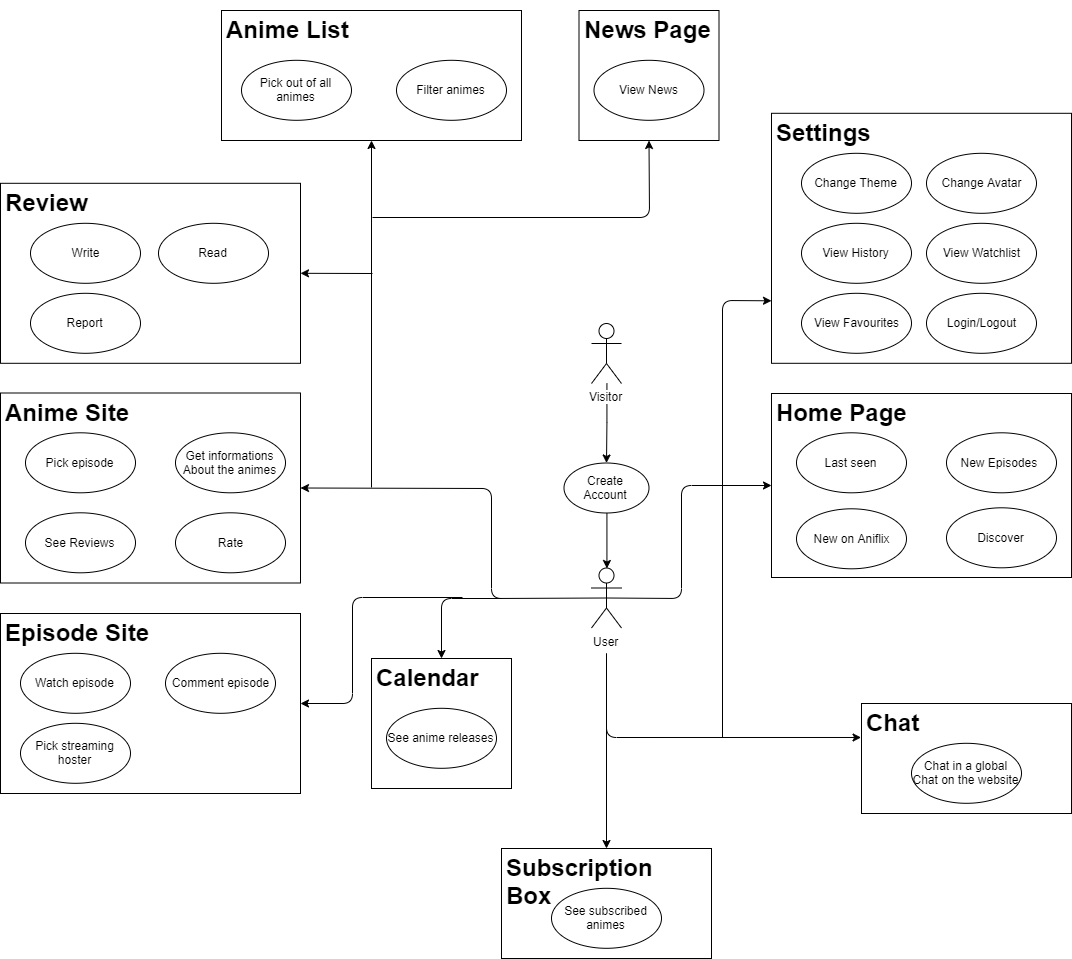
Earlier version of the draw.io export docs/UCD_1_23.png (jdk-21/Aniflix-App). Source tidied: cells renumbered, new cells last; positions are measured from the earlier drawing's top-left corner, leaving out a move shared by most shapes.
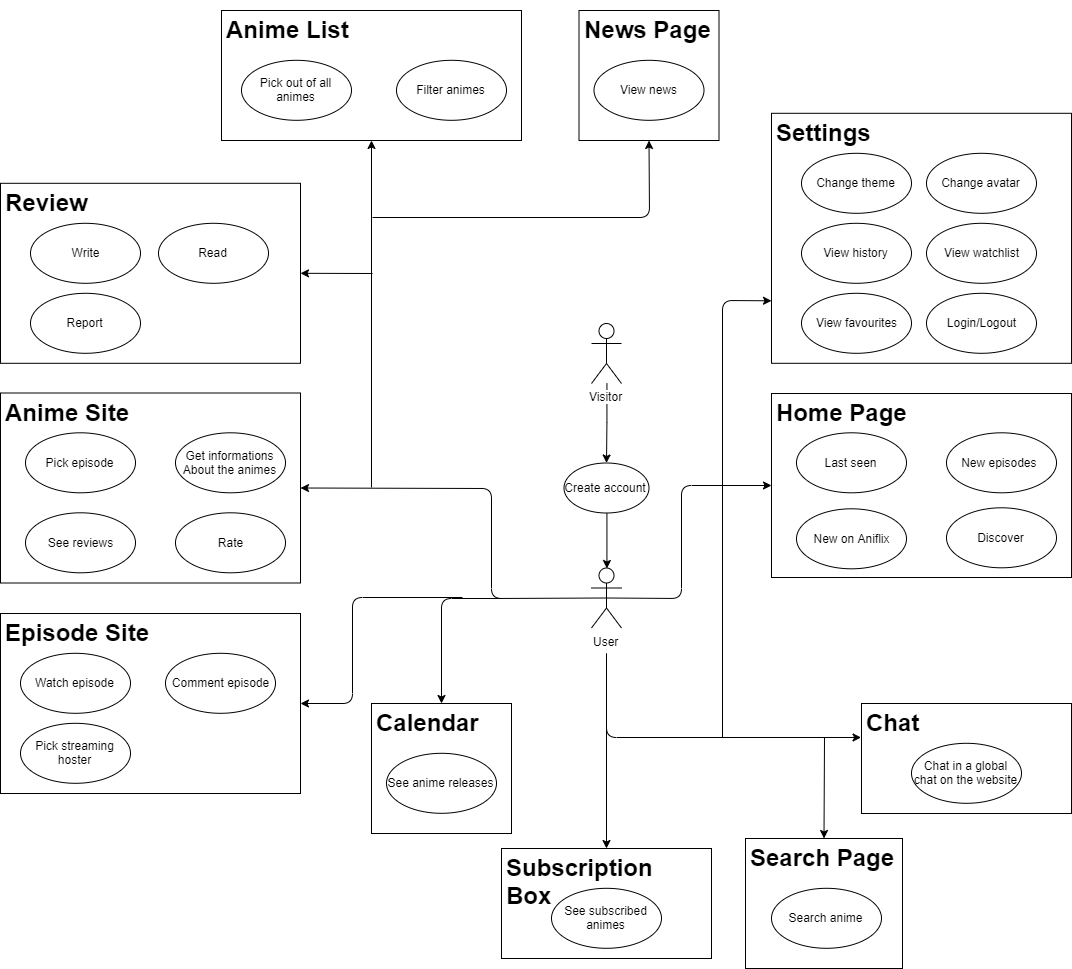
Above is the later version.

Commit message:
add Developmnt Diagram

Diff of the diagram source:
```diff
@@ -14,25 +14,25 @@
     <mxCell id="5" style="edgeStyle=orthogonalEdgeStyle;rounded=0;jettySize=auto;html=1;exitX=0.5;exitY=1;exitDx=0;exitDy=0;entryX=0.5;entryY=0;entryDx=0;entryDy=0;entryPerimeter=0;" parent="1" edge="1" source="6" target="4">
       <mxGeometry relative="1" as="geometry" />
     </mxCell>
-    <mxCell id="6" value="Create Account" style="ellipse;whiteSpace=wrap;html=1;" parent="1" vertex="1">
+    <mxCell id="6" value="Create account" style="ellipse;whiteSpace=wrap;html=1;" parent="1" vertex="1">
       <mxGeometry x="563.5" y="452.5" width="85" height="50" as="geometry" />
     </mxCell>
     <mxCell id="7" value="&lt;h1&gt;Settings&lt;/h1&gt;" style="text;html=1;strokeColor=#000000;fillColor=none;spacing=5;spacingTop=-20;whiteSpace=wrap;overflow=hidden;rounded=0;" parent="1" vertex="1">
       <mxGeometry x="771" y="102.8" width="300" height="250" as="geometry" />
     </mxCell>
-    <mxCell id="8" value="Change Theme" style="ellipse;whiteSpace=wrap;html=1;strokeColor=#000000;" parent="1" vertex="1">
+    <mxCell id="8" value="Change theme" style="ellipse;whiteSpace=wrap;html=1;strokeColor=#000000;" parent="1" vertex="1">
       <mxGeometry x="801" y="142.8" width="110" height="60" as="geometry" />
     </mxCell>
-    <mxCell id="9" value="Change Avatar" style="ellipse;whiteSpace=wrap;html=1;" parent="1" vertex="1">
+    <mxCell id="9" value="Change avatar" style="ellipse;whiteSpace=wrap;html=1;" parent="1" vertex="1">
       <mxGeometry x="926" y="142.8" width="110" height="60" as="geometry" />
     </mxCell>
-    <mxCell id="10" value="View History" style="ellipse;whiteSpace=wrap;html=1;" parent="1" vertex="1">
+    <mxCell id="10" value="View history" style="ellipse;whiteSpace=wrap;html=1;" parent="1" vertex="1">
       <mxGeometry x="801" y="212.8" width="110" height="60" as="geometry" />
     </mxCell>
-    <mxCell id="11" value="View Watchlist&lt;span style=&quot;font-family: &amp;#34;helvetica&amp;#34; , &amp;#34;arial&amp;#34; , sans-serif ; font-size: 0px ; white-space: nowrap&quot;&gt;%3CmxGraphModel%3E%3Croot%3E%3CmxCell%20id%3D%220%22%2F%3E%3CmxCell%20id%3D%221%22%20parent%3D%220%22%2F%3E%3CmxCell%20id%3D%222%22%20value%3D%22%22%20style%3D%22ellipse%3BwhiteSpace%3Dwrap%3Bhtml%3D1%3B%22%20vertex%3D%221%22%20parent%3D%221%22%3E%3CmxGeometry%20x%3D%22260%22%20y%3D%22190%22%20width%3D%22110%22%20height%3D%2260%22%20as%3D%22geometry%22%2F%3E%3C%2FmxCell%3E%3C%2Froot%3E%3C%2FmxGraphModel%3E&lt;/span&gt;" style="ellipse;whiteSpace=wrap;html=1;" parent="1" vertex="1">
+    <mxCell id="11" value="View watchlist&lt;span style=&quot;font-family: &amp;#34;helvetica&amp;#34; , &amp;#34;arial&amp;#34; , sans-serif ; font-size: 0px ; white-space: nowrap&quot;&gt;%3CmxGraphModel%3E%3Croot%3E%3CmxCell%20id%3D%220%22%2F%3E%3CmxCell%20id%3D%221%22%20parent%3D%220%22%2F%3E%3CmxCell%20id%3D%222%22%20value%3D%22%22%20style%3D%22ellipse%3BwhiteSpace%3Dwrap%3Bhtml%3D1%3B%22%20vertex%3D%221%22%20parent%3D%221%22%3E%3CmxGeometry%20x%3D%22260%22%20y%3D%22190%22%20width%3D%22110%22%20height%3D%2260%22%20as%3D%22geometry%22%2F%3E%3C%2FmxCell%3E%3C%2Froot%3E%3C%2FmxGraphModel%3E&lt;/span&gt;" style="ellipse;whiteSpace=wrap;html=1;" parent="1" vertex="1">
       <mxGeometry x="926" y="212.8" width="110" height="60" as="geometry" />
     </mxCell>
-    <mxCell id="12" value="View Favourites" style="ellipse;whiteSpace=wrap;html=1;" parent="1" vertex="1">
+    <mxCell id="12" value="View favourites" style="ellipse;whiteSpace=wrap;html=1;" parent="1" vertex="1">
       <mxGeometry x="801" y="282.8" width="110" height="60" as="geometry" />
     </mxCell>
     <mxCell id="13" value="Login/Logout" style="ellipse;whiteSpace=wrap;html=1;" parent="1" vertex="1">
@@ -41,7 +41,7 @@
     <mxCell id="14" value="&lt;h1&gt;Home Page&lt;/h1&gt;" style="text;html=1;strokeColor=#000000;fillColor=none;spacing=5;spacingTop=-20;whiteSpace=wrap;overflow=hidden;rounded=0;" parent="1" vertex="1">
       <mxGeometry x="771" y="383" width="300" height="184" as="geometry" />
     </mxCell>
-    <mxCell id="15" value="New Episodes&amp;nbsp;" style="ellipse;whiteSpace=wrap;html=1;strokeColor=#000000;" parent="1" vertex="1">
+    <mxCell id="15" value="New episodes&amp;nbsp;" style="ellipse;whiteSpace=wrap;html=1;strokeColor=#000000;" parent="1" vertex="1">
       <mxGeometry x="946" y="422.3" width="110" height="60" as="geometry" />
     </mxCell>
     <mxCell id="16" value="Last seen" style="ellipse;whiteSpace=wrap;html=1;strokeColor=#000000;" parent="1" vertex="1">
@@ -62,7 +62,7 @@
     <mxCell id="21" value="Pick episode" style="ellipse;whiteSpace=wrap;html=1;strokeColor=#000000;" parent="1" vertex="1">
       <mxGeometry x="25" y="422.3" width="110" height="60" as="geometry" />
     </mxCell>
-    <mxCell id="22" value="See Reviews" style="ellipse;whiteSpace=wrap;html=1;strokeColor=#000000;" parent="1" vertex="1">
+    <mxCell id="22" value="See reviews" style="ellipse;whiteSpace=wrap;html=1;strokeColor=#000000;" parent="1" vertex="1">
       <mxGeometry x="25" y="502.3" width="110" height="60" as="geometry" />
     </mxCell>
     <mxCell id="23" value="&lt;h1&gt;Review&lt;/h1&gt;" style="text;html=1;strokeColor=#000000;fillColor=none;spacing=5;spacingTop=-20;whiteSpace=wrap;overflow=hidden;rounded=0;" parent="1" vertex="1">
@@ -87,10 +87,10 @@
       <mxGeometry x="241" y="49.8" width="110" height="60" as="geometry" />
     </mxCell>
     <mxCell id="30" value="&lt;h1&gt;Calendar&lt;/h1&gt;" style="text;html=1;strokeColor=#000000;fillColor=none;spacing=5;spacingTop=-20;whiteSpace=wrap;overflow=hidden;rounded=0;" parent="1" vertex="1">
-      <mxGeometry x="371" y="648" width="140" height="130" as="geometry" />
+      <mxGeometry x="371" y="693" width="140" height="130" as="geometry" />
     </mxCell>
     <mxCell id="31" value="See anime releases" style="ellipse;whiteSpace=wrap;html=1;strokeColor=#000000;" parent="1" vertex="1">
-      <mxGeometry x="386" y="697.8" width="110" height="60" as="geometry" />
+      <mxGeometry x="386" y="742.8" width="110" height="60" as="geometry" />
     </mxCell>
     <mxCell id="32" value="&lt;h1&gt;Episode Site&lt;/h1&gt;" style="text;html=1;strokeColor=#000000;fillColor=none;spacing=5;spacingTop=-20;whiteSpace=wrap;overflow=hidden;rounded=0;" parent="1" vertex="1">
       <mxGeometry y="603" width="300" height="180" as="geometry" />
@@ -113,7 +113,7 @@
     <mxCell id="38" value="&lt;h1&gt;Chat&lt;/h1&gt;" style="text;html=1;strokeColor=#000000;fillColor=none;spacing=5;spacingTop=-20;whiteSpace=wrap;overflow=hidden;rounded=0;" parent="1" vertex="1">
       <mxGeometry x="861" y="693" width="210" height="110" as="geometry" />
     </mxCell>
-    <mxCell id="39" value="Chat in a global Chat on the website" style="ellipse;whiteSpace=wrap;html=1;strokeColor=#000000;" parent="1" vertex="1">
+    <mxCell id="39" value="Chat in a global chat on the website" style="ellipse;whiteSpace=wrap;html=1;strokeColor=#000000;" parent="1" vertex="1">
       <mxGeometry x="911" y="732.8" width="110" height="60" as="geometry" />
     </mxCell>
     <mxCell id="40" style="endArrow=classic;html=1;exitX=0.5;exitY=0.5;exitDx=0;exitDy=0;exitPerimeter=0;entryX=0;entryY=0.5;entryDx=0;entryDy=0;" parent="1" edge="1" source="4" target="14">
@@ -181,7 +181,7 @@
     <mxCell id="49" value="&lt;h1&gt;News Page&lt;/h1&gt;" style="text;html=1;strokeColor=#000000;fillColor=none;spacing=5;spacingTop=-20;whiteSpace=wrap;overflow=hidden;rounded=0;" parent="1" vertex="1">
       <mxGeometry x="578.5" width="140" height="130" as="geometry" />
     </mxCell>
-    <mxCell id="50" value="View News" style="ellipse;whiteSpace=wrap;html=1;strokeColor=#000000;" parent="1" vertex="1">
+    <mxCell id="50" value="View news" style="ellipse;whiteSpace=wrap;html=1;strokeColor=#000000;" parent="1" vertex="1">
       <mxGeometry x="593.5" y="49.8" width="110" height="60" as="geometry" />
     </mxCell>
     <mxCell id="51" style="endArrow=classic;html=1;entryX=0.5;entryY=1;entryDx=0;entryDy=0;" parent="1" edge="1" target="27">
@@ -197,5 +197,16 @@
         </Array>
       </mxGeometry>
     </mxCell>
+    <mxCell id="53" value="&lt;h1&gt;Search Page&lt;/h1&gt;" style="text;html=1;strokeColor=#000000;fillColor=none;spacing=5;spacingTop=-20;whiteSpace=wrap;overflow=hidden;rounded=0;" parent="1" vertex="1">
+      <mxGeometry x="745" y="828" width="157" height="130" as="geometry" />
+    </mxCell>
+    <mxCell id="54" value="Search anime" style="ellipse;whiteSpace=wrap;html=1;strokeColor=#000000;" parent="1" vertex="1">
+      <mxGeometry x="771" y="877.8" width="110" height="60" as="geometry" />
+    </mxCell>
+    <mxCell id="55" style="endArrow=classic;html=1;entryX=0.5;entryY=0;entryDx=0;entryDy=0;" parent="1" edge="1" target="53">
+      <mxGeometry relative="1" as="geometry">
+        <mxPoint x="824" y="727" as="sourcePoint" />
+      </mxGeometry>
+    </mxCell>
   </root>
 </mxGraphModel>
```
